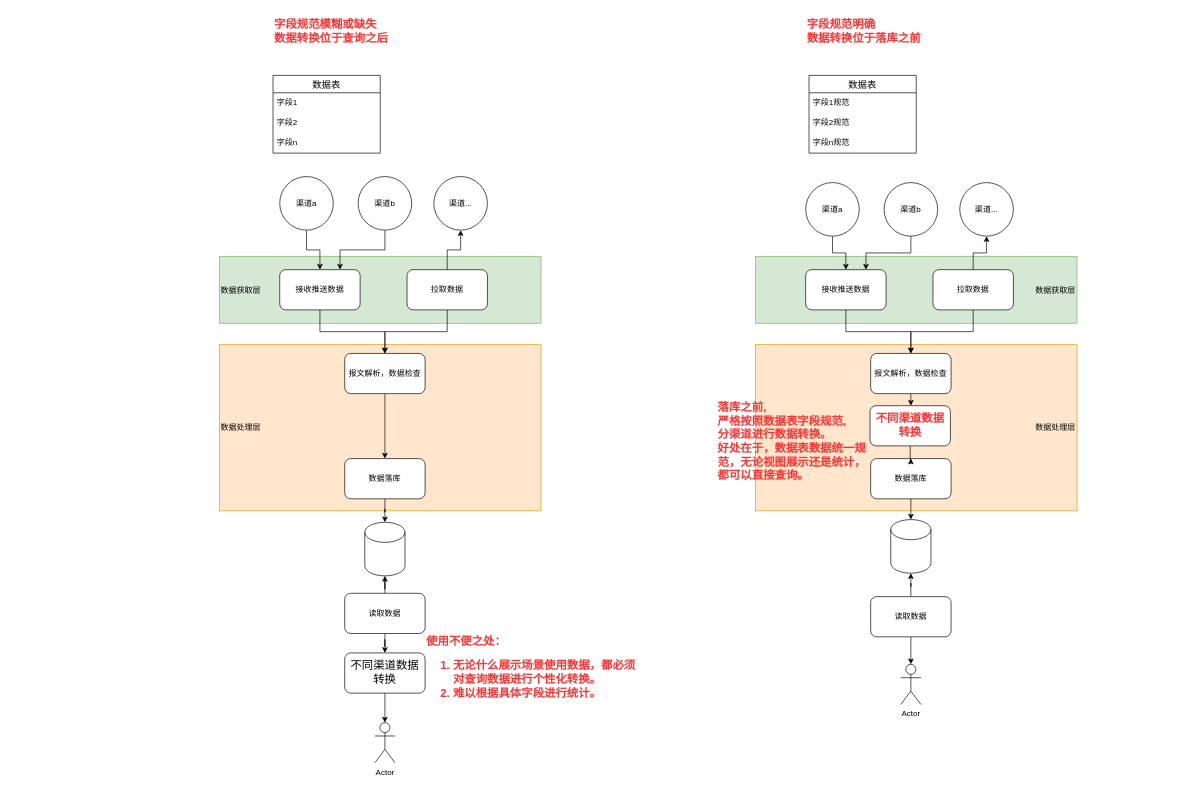
This is 来自多渠道的同类数据如何聚合.drawio from chlInGithub/diagrams, a draw.io file, before an edit. Source tidied: cells renumbered, new cells numbered last; positions are measured from the earlier drawing's top-left corner, leaving out a move shared by most shapes. Both pictures are drawn from the tidied source at 67%, with x=0, y=0 at pixel (219, 11).
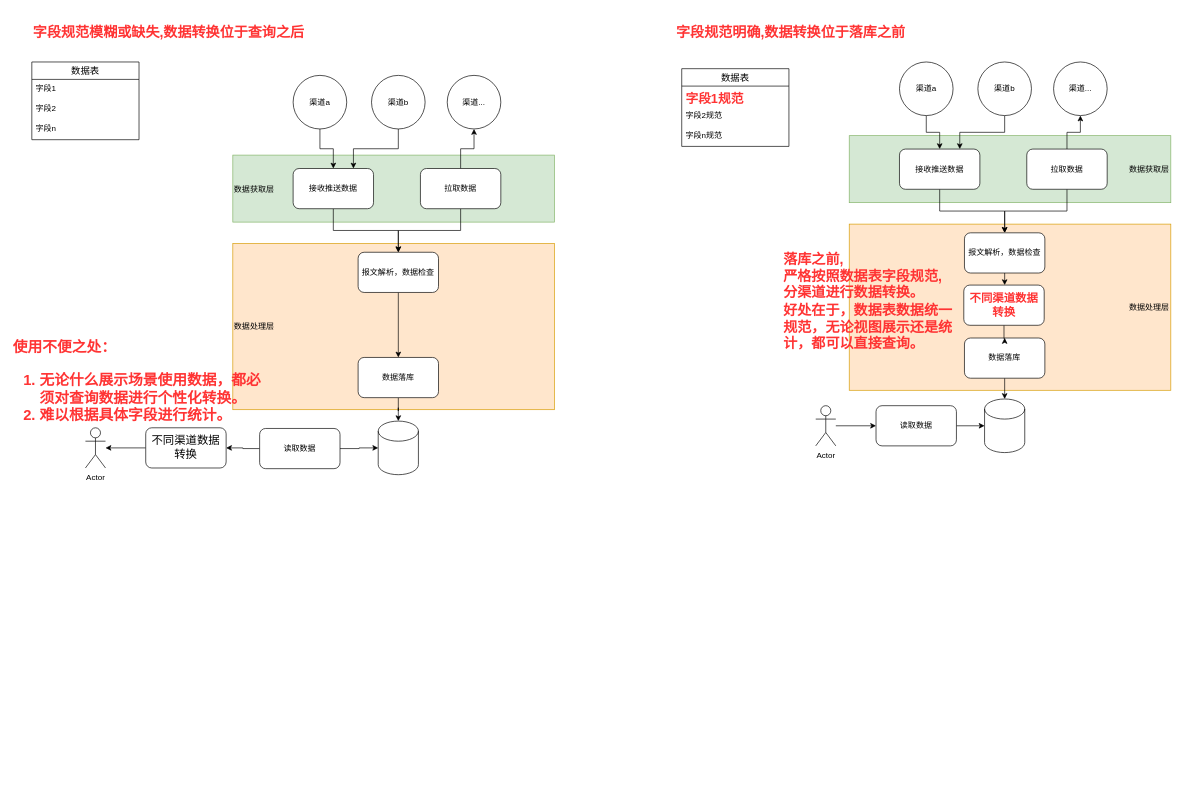
After the change.

Commit message:
更新来自多渠道的同类数据如何聚合.drawio

The edit, as a diff of the source:
```diff
@@
     <mxCell id="2" value="数据处理层" style="rounded=0;whiteSpace=wrap;html=1;fontSize=12;fillColor=#ffe6cc;strokeColor=#d79b00;align=right;" parent="1" vertex="1">
-      <mxGeometry x="800" y="497" width="480" height="248" as="geometry" />
+      <mxGeometry x="940" y="317" width="480" height="248" as="geometry" />
     </mxCell>
     <mxCell id="3" value="&lt;font style=&quot;font-size: 12px;&quot; color=&quot;#000000&quot;&gt;数据获取层&lt;/font&gt;" style="rounded=0;whiteSpace=wrap;html=1;fontSize=17;fillColor=#d5e8d4;strokeColor=#82b366;align=right;" parent="1" vertex="1">
-      <mxGeometry x="800" y="365" width="480" height="100" as="geometry" />
+      <mxGeometry x="940" y="185" width="480" height="100" as="geometry" />
     </mxCell>
     <mxCell id="4" value="数据处理层" style="rounded=0;whiteSpace=wrap;html=1;fontSize=12;fillColor=#ffe6cc;strokeColor=#d79b00;align=left;" parent="1" vertex="1">
-      <mxGeometry y="497" width="480" height="248" as="geometry" />
+      <mxGeometry x="20" y="346" width="480" height="248" as="geometry" />
     </mxCell>
     <mxCell id="5" value="&lt;font style=&quot;font-size: 12px;&quot; color=&quot;#000000&quot;&gt;数据获取层&lt;/font&gt;" style="rounded=0;whiteSpace=wrap;html=1;fontSize=17;fillColor=#d5e8d4;strokeColor=#82b366;align=left;" parent="1" vertex="1">
-      <mxGeometry y="365" width="480" height="100" as="geometry" />
+      <mxGeometry x="20" y="214" width="480" height="100" as="geometry" />
     </mxCell>
     <mxCell id="6" value="数据表" style="swimlane;fontStyle=0;horizontal=1;startSize=26;align=center;fontSize=14;" parent="1" vertex="1">
-      <mxGeometry x="80" y="95" width="160" height="116" as="geometry" />
+      <mxGeometry x="-280" y="75" width="160" height="116" as="geometry" />
     </mxCell>
@@
     <mxCell id="10" value="数据表" style="swimlane;fontStyle=0;horizontal=1;startSize=26;align=center;fontSize=14;" parent="1" vertex="1">
-      <mxGeometry x="880" y="95" width="160" height="116" as="geometry" />
+      <mxGeometry x="690" y="85" width="160" height="116" as="geometry" />
     </mxCell>
-    <mxCell id="11" value="字段1规范" style="text;strokeColor=none;fillColor=none;spacingLeft=4;spacingRight=4;overflow=hidden;fontSize=12;" parent="10" vertex="1">
+    <mxCell id="11" value="字段1规范" style="text;strokeColor=none;fillColor=none;spacingLeft=4;spacingRight=4;overflow=hidden;fontSize=19;fontStyle=1;fontColor=#FF3333;" parent="10" vertex="1">
       <mxGeometry y="26" width="160" height="30" as="geometry" />
     </mxCell>
@@
     <mxCell id="15" value="渠道a" style="ellipse;whiteSpace=wrap;html=1;" parent="1" vertex="1">
-      <mxGeometry x="90" y="246" width="80" height="80" as="geometry" />
+      <mxGeometry x="110" y="95" width="80" height="80" as="geometry" />
     </mxCell>
@@
     <mxCell id="17" value="渠道b" style="ellipse;whiteSpace=wrap;html=1;" parent="1" vertex="1">
-      <mxGeometry x="207" y="246" width="80" height="80" as="geometry" />
+      <mxGeometry x="227" y="95" width="80" height="80" as="geometry" />
     </mxCell>
     <mxCell id="18" value="渠道..." style="ellipse;whiteSpace=wrap;html=1;" parent="1" vertex="1">
-      <mxGeometry x="320" y="246" width="80" height="80" as="geometry" />
+      <mxGeometry x="340" y="95" width="80" height="80" as="geometry" />
     </mxCell>
@@
     <mxCell id="20" value="接收推送数据" style="rounded=1;whiteSpace=wrap;html=1;" parent="1" vertex="1">
-      <mxGeometry x="90" y="385" width="120" height="60" as="geometry" />
+      <mxGeometry x="110" y="234" width="120" height="60" as="geometry" />
     </mxCell>
@@
     <mxCell id="23" value="拉取数据" style="rounded=1;whiteSpace=wrap;html=1;" parent="1" vertex="1">
-      <mxGeometry x="280" y="385" width="120" height="60" as="geometry" />
+      <mxGeometry x="300" y="234" width="120" height="60" as="geometry" />
     </mxCell>
@@
     <mxCell id="25" value="报文解析，数据检查" style="rounded=1;whiteSpace=wrap;html=1;" parent="1" vertex="1">
-      <mxGeometry x="187" y="510" width="120" height="60" as="geometry" />
+      <mxGeometry x="207" y="359" width="120" height="60" as="geometry" />
     </mxCell>
     <mxCell id="26" style="shape=cylinder3;whiteSpace=wrap;html=1;boundedLbl=1;backgroundOutline=1;size=15;" parent="1" vertex="1">
-      <mxGeometry x="217" y="762" width="60" height="80" as="geometry" />
+      <mxGeometry x="237" y="611" width="60" height="80" as="geometry" />
     </mxCell>
+    <mxCell id="28" style="edgeStyle=orthogonalEdgeStyle;rounded=0;jettySize=auto;html=1;" parent="1" edge="1" source="29" target="33">
+      <mxGeometry relative="1" as="geometry" />
+    </mxCell>
-    <mxCell id="27" style="edgeStyle=orthogonalEdgeStyle;rounded=0;jettySize=auto;html=1;entryX=0.5;entryY=1;entryDx=0;entryDy=0;entryPerimeter=0;" parent="1" edge="1" source="29" target="26">
+    <mxCell id="27" style="edgeStyle=orthogonalEdgeStyle;rounded=0;jettySize=auto;html=1;fontSize=22;fontColor=#FF3333;" parent="1" edge="1" source="29" target="26">
       <mxGeometry relative="1" as="geometry" />
     </mxCell>
-    <mxCell id="28" style="edgeStyle=orthogonalEdgeStyle;rounded=0;jettySize=auto;html=1;" parent="1" edge="1" source="29" target="33">
-      <mxGeometry relative="1" as="geometry" />
-    </mxCell>
     <mxCell id="29" value="读取数据" style="rounded=1;whiteSpace=wrap;html=1;" parent="1" vertex="1">
-      <mxGeometry x="187" y="868" width="120" height="60" as="geometry" />
+      <mxGeometry x="60" y="622" width="120" height="60" as="geometry" />
     </mxCell>
@@
     <mxCell id="31" value="数据落库" style="rounded=1;whiteSpace=wrap;html=1;" parent="1" vertex="1">
-      <mxGeometry x="187" y="667" width="120" height="60" as="geometry" />
+      <mxGeometry x="207" y="516" width="120" height="60" as="geometry" />
     </mxCell>
@@
     <mxCell id="33" value="不同渠道数据转换" style="rounded=1;whiteSpace=wrap;html=1;fontSize=17;" parent="1" vertex="1">
-      <mxGeometry x="187" y="957" width="120" height="60" as="geometry" />
+      <mxGeometry x="-110" y="621" width="120" height="60" as="geometry" />
     </mxCell>
     <mxCell id="34" value="Actor" style="shape=umlActor;verticalLabelPosition=bottom;verticalAlign=top;html=1;outlineConnect=0;" parent="1" vertex="1">
-      <mxGeometry x="232" y="1061" width="30" height="60" as="geometry" />
+      <mxGeometry x="-200" y="621" width="30" height="60" as="geometry" />
     </mxCell>
@@
     <mxCell id="36" value="渠道a" style="ellipse;whiteSpace=wrap;html=1;" parent="1" vertex="1">
-      <mxGeometry x="875" y="255" width="80" height="80" as="geometry" />
+      <mxGeometry x="1015" y="75" width="80" height="80" as="geometry" />
     </mxCell>
@@
     <mxCell id="38" value="渠道b" style="ellipse;whiteSpace=wrap;html=1;" parent="1" vertex="1">
-      <mxGeometry x="992" y="255" width="80" height="80" as="geometry" />
+      <mxGeometry x="1132" y="75" width="80" height="80" as="geometry" />
     </mxCell>
     <mxCell id="39" value="渠道..." style="ellipse;whiteSpace=wrap;html=1;" parent="1" vertex="1">
-      <mxGeometry x="1105" y="255" width="80" height="80" as="geometry" />
+      <mxGeometry x="1245" y="75" width="80" height="80" as="geometry" />
     </mxCell>
@@
     <mxCell id="41" value="接收推送数据" style="rounded=1;whiteSpace=wrap;html=1;" parent="1" vertex="1">
-      <mxGeometry x="875" y="385" width="120" height="60" as="geometry" />
+      <mxGeometry x="1015" y="205" width="120" height="60" as="geometry" />
     </mxCell>
@@
     <mxCell id="44" value="拉取数据" style="rounded=1;whiteSpace=wrap;html=1;" parent="1" vertex="1">
-      <mxGeometry x="1065" y="385" width="120" height="60" as="geometry" />
+      <mxGeometry x="1205" y="205" width="120" height="60" as="geometry" />
     </mxCell>
     <mxCell id="45" style="edgeStyle=orthogonalEdgeStyle;rounded=0;jettySize=auto;html=1;fontSize=17;fontColor=#000000;" parent="1" edge="1" source="46" target="56">
       <mxGeometry relative="1" as="geometry">
         <Array as="points">
-          <mxPoint x="1031" y="565" />
-          <mxPoint x="1031" y="565" />
+          <mxPoint x="1171" y="385" />
+          <mxPoint x="1171" y="385" />
         </Array>
       </mxGeometry>
     </mxCell>
     <mxCell id="46" value="报文解析，数据检查" style="rounded=1;whiteSpace=wrap;html=1;" parent="1" vertex="1">
-      <mxGeometry x="972" y="510" width="120" height="60" as="geometry" />
+      <mxGeometry x="1112" y="330" width="120" height="60" as="geometry" />
     </mxCell>
     <mxCell id="47" style="shape=cylinder3;whiteSpace=wrap;html=1;boundedLbl=1;backgroundOutline=1;size=15;" parent="1" vertex="1">
-      <mxGeometry x="1002" y="758" width="60" height="80" as="geometry" />
+      <mxGeometry x="1142" y="578" width="60" height="80" as="geometry" />
     </mxCell>
-    <mxCell id="48" style="edgeStyle=orthogonalEdgeStyle;rounded=0;jettySize=auto;html=1;entryX=0.5;entryY=1;entryDx=0;entryDy=0;entryPerimeter=0;" parent="1" edge="1" source="50" target="47">
+    <mxCell id="48" style="edgeStyle=orthogonalEdgeStyle;rounded=0;jettySize=auto;html=1;fontSize=22;fontColor=#FF3333;" parent="1" edge="1" source="50" target="47">
       <mxGeometry relative="1" as="geometry" />
     </mxCell>
-    <mxCell id="49" style="edgeStyle=orthogonalEdgeStyle;rounded=0;jettySize=auto;html=1;fontSize=17;fontColor=#000000;" parent="1" edge="1" source="50" target="53">
-      <mxGeometry relative="1" as="geometry" />
-    </mxCell>
     <mxCell id="50" value="读取数据" style="rounded=1;whiteSpace=wrap;html=1;" parent="1" vertex="1">
-      <mxGeometry x="972" y="873" width="120" height="60" as="geometry" />
+      <mxGeometry x="980" y="588" width="120" height="60" as="geometry" />
     </mxCell>
@@
     <mxCell id="52" value="数据落库" style="rounded=1;whiteSpace=wrap;html=1;" parent="1" vertex="1">
-      <mxGeometry x="972" y="667" width="120" height="60" as="geometry" />
+      <mxGeometry x="1112" y="487" width="120" height="60" as="geometry" />
     </mxCell>
+    <mxCell id="60" style="edgeStyle=orthogonalEdgeStyle;rounded=0;jettySize=auto;html=1;fontSize=22;fontColor=#FF3333;" parent="1" edge="1" source="53" target="50">
+      <mxGeometry relative="1" as="geometry" />
+    </mxCell>
     <mxCell id="53" value="Actor" style="shape=umlActor;verticalLabelPosition=bottom;verticalAlign=top;html=1;outlineConnect=0;" parent="1" vertex="1">
-      <mxGeometry x="1017" y="974" width="30" height="60" as="geometry" />
+      <mxGeometry x="890" y="588" width="30" height="60" as="geometry" />
     </mxCell>
-    <mxCell id="54" value="使用不便之处：&lt;br style=&quot;font-size: 17px;&quot;&gt;&lt;ol style=&quot;font-size: 17px;&quot;&gt;&lt;li style=&quot;font-size: 17px;&quot;&gt;无论什么展示场景使用数据，都必须对查询数据进行个性化转换。&lt;/li&gt;&lt;li style=&quot;font-size: 17px;&quot;&gt;难以根据具体字段进行统计。&lt;/li&gt;&lt;/ol&gt;" style="text;html=1;strokeColor=none;fillColor=none;align=left;verticalAlign=middle;whiteSpace=wrap;rounded=0;fontColor=#FF3333;fontStyle=1;fontSize=17;" parent="1" vertex="1">
-      <mxGeometry x="307" y="902" width="320" height="170" as="geometry" />
+    <mxCell id="54" value="使用不便之处：&lt;br style=&quot;font-size: 22px;&quot;&gt;&lt;ol style=&quot;font-size: 22px;&quot;&gt;&lt;li style=&quot;font-size: 22px;&quot;&gt;无论什么展示场景使用数据，都必须对查询数据进行个性化转换。&lt;/li&gt;&lt;li style=&quot;font-size: 22px;&quot;&gt;难以根据具体字段进行统计。&lt;/li&gt;&lt;/ol&gt;" style="text;html=1;strokeColor=none;fillColor=none;align=left;verticalAlign=middle;whiteSpace=wrap;rounded=0;fontColor=#FF3333;fontStyle=1;fontSize=22;" parent="1" vertex="1">
+      <mxGeometry x="-310" y="454" width="380" height="217" as="geometry" />
     </mxCell>
@@
     <mxCell id="56" value="&lt;b&gt;不同渠道数据转换&lt;/b&gt;" style="rounded=1;whiteSpace=wrap;html=1;fontSize=17;fontColor=#FF3333;" parent="1" vertex="1">
-      <mxGeometry x="971" y="588" width="120" height="60" as="geometry" />
+      <mxGeometry x="1111" y="408" width="120" height="60" as="geometry" />
     </mxCell>
-    <mxCell id="57" value="落库之前,&lt;br&gt;严格按照数据表字段规范,&lt;br&gt;分渠道进行数据转换。&lt;br&gt;好处在于，数据表数据统一规范，无论视图展示还是统计，都可以直接查询。" style="text;html=1;strokeColor=none;fillColor=none;align=left;verticalAlign=middle;whiteSpace=wrap;rounded=0;fontSize=17;fontColor=#FF3333;fontStyle=1;" parent="1" vertex="1">
-      <mxGeometry x="742" y="565" width="230" height="153" as="geometry" />
+    <mxCell id="57" value="落库之前,&lt;br style=&quot;font-size: 21px;&quot;&gt;严格按照数据表字段规范,&lt;br style=&quot;font-size: 21px;&quot;&gt;分渠道进行数据转换。&lt;br style=&quot;font-size: 21px;&quot;&gt;好处在于，数据表数据统一规范，无论视图展示还是统计，都可以直接查询。" style="text;html=1;strokeColor=none;fillColor=none;align=left;verticalAlign=middle;whiteSpace=wrap;rounded=0;fontSize=21;fontColor=#FF3333;fontStyle=1;" parent="1" vertex="1">
+      <mxGeometry x="840" y="325" width="272" height="213" as="geometry" />
     </mxCell>
-    <mxCell id="58" value="&lt;b&gt;字段规范模糊或缺失&lt;br&gt;数据转换位于&lt;/b&gt;&lt;b style=&quot;border-color: var(--border-color);&quot;&gt;查询之后&lt;/b&gt;&lt;b&gt;&lt;br&gt;&lt;/b&gt;" style="text;html=1;strokeColor=none;fillColor=none;align=left;verticalAlign=middle;whiteSpace=wrap;rounded=0;fontSize=17;fontColor=#FF3333;" parent="1" vertex="1">
-      <mxGeometry x="80" width="250" height="60" as="geometry" />
+    <mxCell id="58" value="&lt;b style=&quot;font-size: 21px;&quot;&gt;字段规范模糊或缺失,数据转换位于&lt;/b&gt;&lt;b style=&quot;border-color: var(--border-color); font-size: 21px;&quot;&gt;查询之后&lt;/b&gt;&lt;b style=&quot;font-size: 21px;&quot;&gt;&lt;br style=&quot;font-size: 21px;&quot;&gt;&lt;/b&gt;" style="text;html=1;strokeColor=none;fillColor=none;align=left;verticalAlign=middle;whiteSpace=wrap;rounded=0;fontSize=21;fontColor=#FF3333;" parent="1" vertex="1">
+      <mxGeometry x="-280" width="610" height="60" as="geometry" />
     </mxCell>
-    <mxCell id="59" value="&lt;b&gt;字段规范明确&lt;br&gt;数据转换位于落库之前&lt;br&gt;&lt;/b&gt;" style="text;html=1;strokeColor=none;fillColor=none;align=left;verticalAlign=middle;whiteSpace=wrap;rounded=0;fontSize=17;fontColor=#FF3333;" parent="1" vertex="1">
-      <mxGeometry x="875" y="15" width="200" height="30" as="geometry" />
+    <mxCell id="59" value="&lt;b style=&quot;font-size: 21px;&quot;&gt;字段规范明确,数据转换位于落库之前&lt;br style=&quot;font-size: 21px;&quot;&gt;&lt;/b&gt;" style="text;html=1;strokeColor=none;fillColor=none;align=left;verticalAlign=middle;whiteSpace=wrap;rounded=0;fontSize=21;fontColor=#FF3333;" parent="1" vertex="1">
+      <mxGeometry x="680" y="15" width="395" height="30" as="geometry" />
     </mxCell>
```
